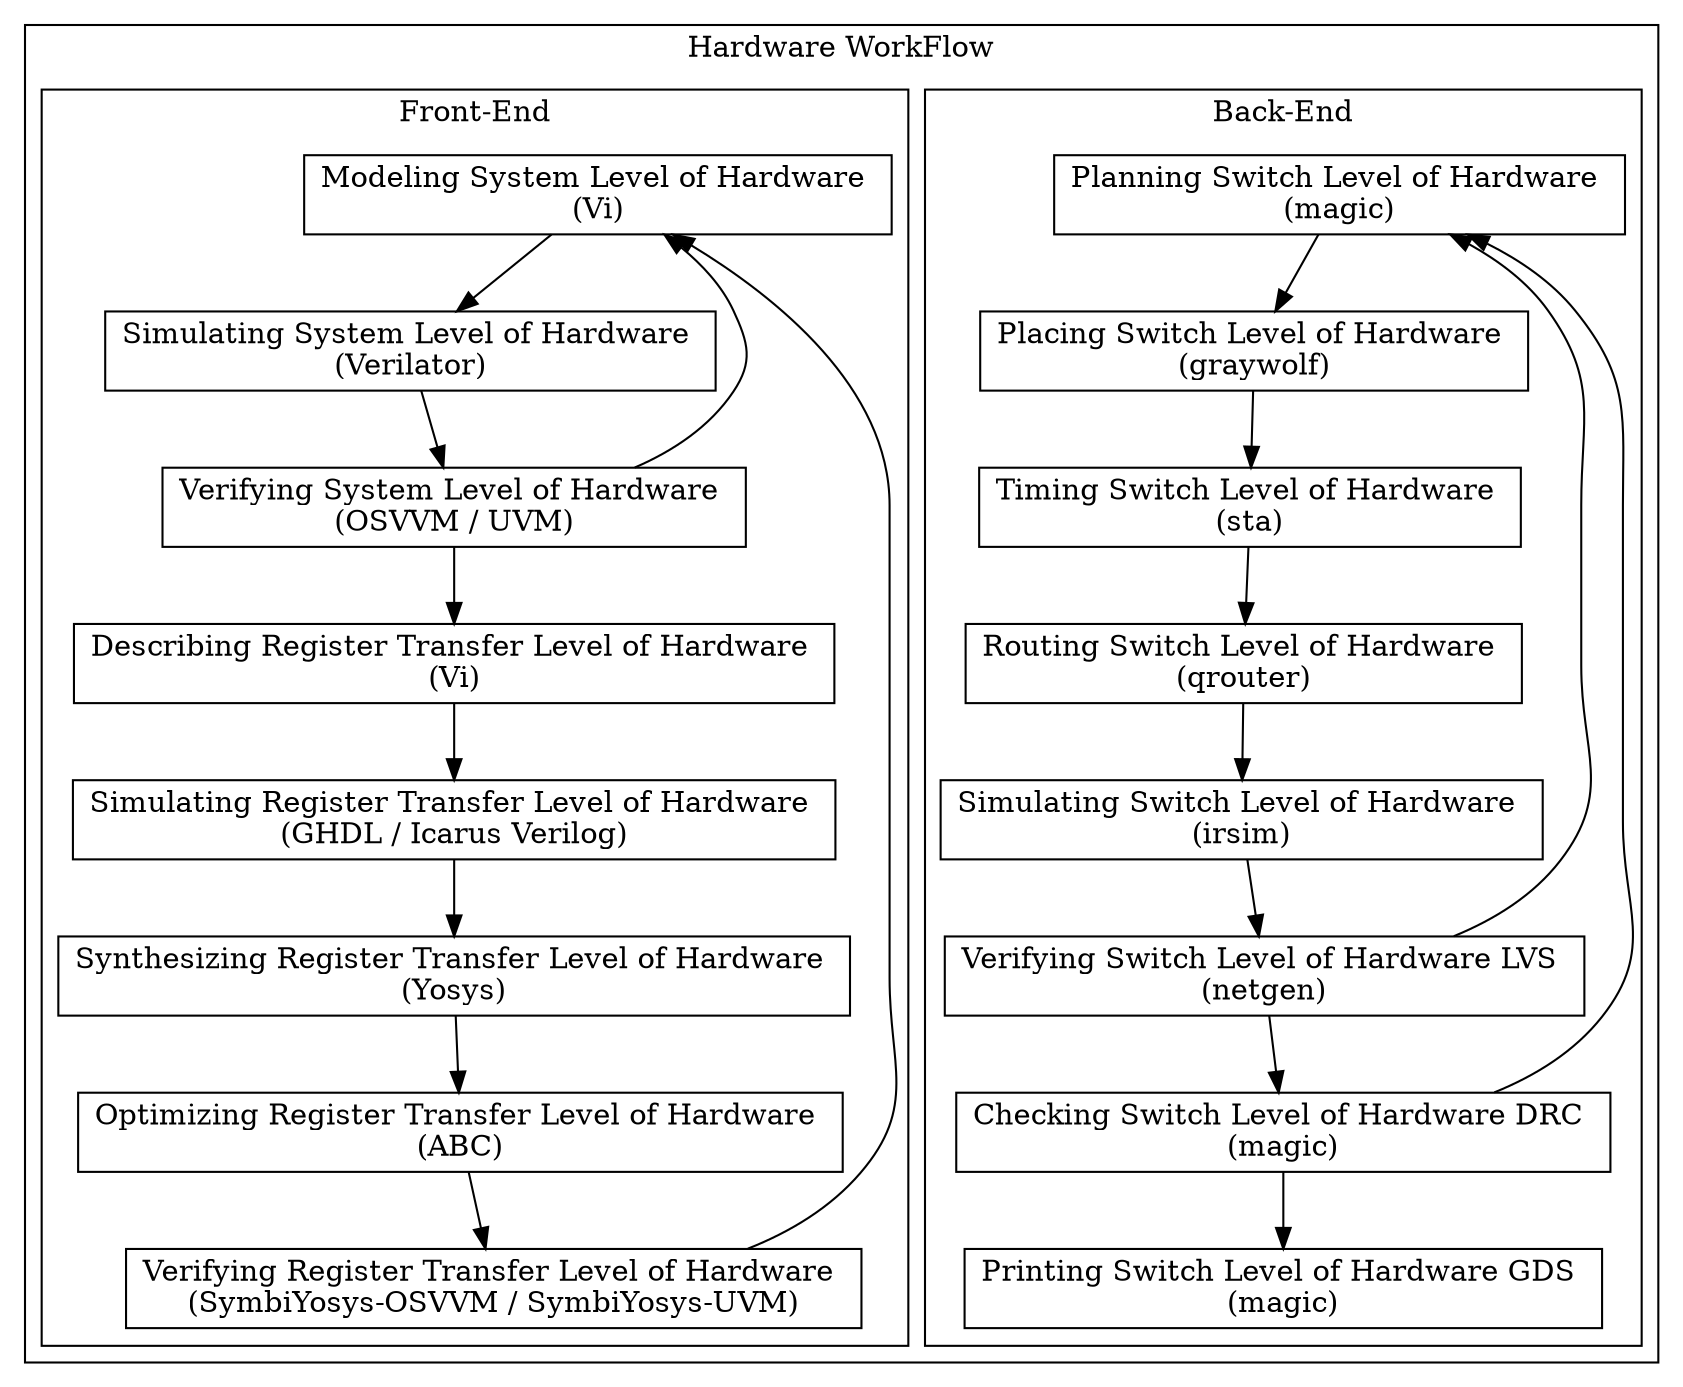
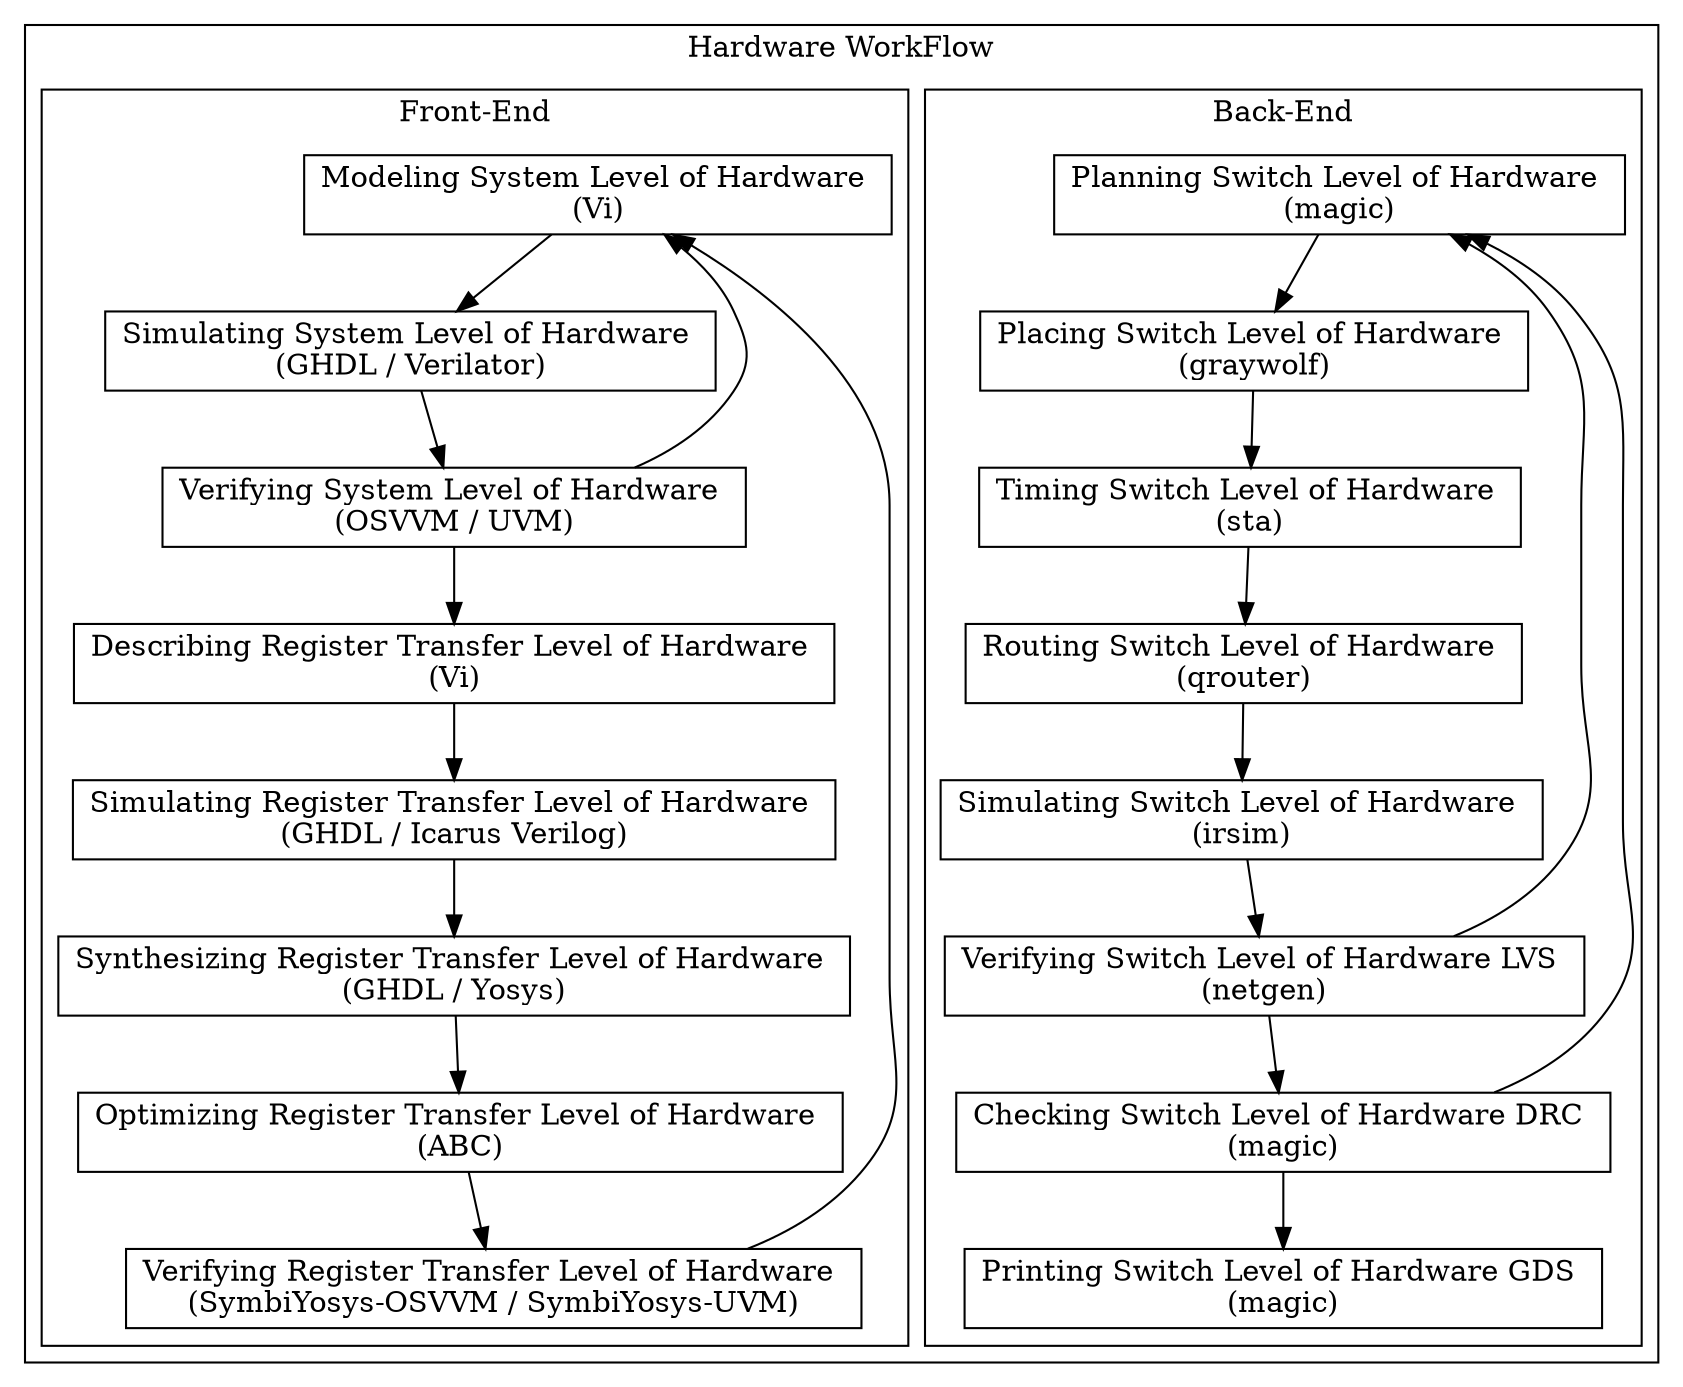
digraph Project {
  // Introduction
  node[shape=record];

  // Blocks
  subgraph "cluster HardwareWorkFlow" { label = "Hardware WorkFlow";
    subgraph "cluster BackEnd" { label = "Back-End";
      Planning_SLH[label="Planning Switch Level of Hardware \n(magic)"];
      Placing_SLH[label="Placing Switch Level of Hardware \n(graywolf)"];
      Timing_SLH[label="Timing Switch Level of Hardware \n(sta)"];
      Routing_SLH[label="Routing Switch Level of Hardware \n(qrouter)"];
      Simulating_WLH[label="Simulating Switch Level of Hardware \n(irsim)"];
      Verifying_LVS[label="Verifying Switch Level of Hardware LVS \n(netgen)"];
      Checking_DRC[label="Checking Switch Level of Hardware DRC \n(magic)"];
      Printing_GDS[label="Printing Switch Level of Hardware GDS \n(magic)"];
    }

    subgraph "cluster FrontEnd" { label = "Front-End";
      Modeling_SLH[label="Modeling System Level of Hardware \n(Vi)"];
-       Simulating_SLH[label="Simulating System Level of Hardware \n(Verilator)"];
+       Simulating_SLH[label="Simulating System Level of Hardware \n(GHDL / Verilator)"];
      Verifying_SLH[label="Verifying System Level of Hardware \n(OSVVM / UVM)"];
      Describing_RTL[label="Describing Register Transfer Level of Hardware \n(Vi)"];
      Simulating_RTL[label="Simulating Register Transfer Level of Hardware \n(GHDL / Icarus Verilog)"];
-       Synthesizing_RTL[label="Synthesizing Register Transfer Level of Hardware \n(Yosys)"];
+       Synthesizing_RTL[label="Synthesizing Register Transfer Level of Hardware \n(GHDL / Yosys)"];
      Optimizing_RTL[label="Optimizing Register Transfer Level of Hardware \n(ABC)"];
      Verifying_RTL[label="Verifying Register Transfer Level of Hardware \n(SymbiYosys-OSVVM / SymbiYosys-UVM)"];
    }
  }

  // Sequence
  Planning_SLH -> Placing_SLH;
  Placing_SLH -> Timing_SLH;
  Timing_SLH -> Routing_SLH;
  Routing_SLH -> Simulating_WLH;
  Simulating_WLH -> Verifying_LVS;
  Verifying_LVS -> Checking_DRC;
  Checking_DRC -> Printing_GDS;

  Modeling_SLH -> Simulating_SLH;
  Simulating_SLH -> Verifying_SLH;
  Verifying_SLH -> Describing_RTL;
  Describing_RTL -> Simulating_RTL;
  Simulating_RTL -> Synthesizing_RTL;
  Synthesizing_RTL -> Optimizing_RTL;
  Optimizing_RTL -> Verifying_RTL;

  // Feedback
  Verifying_LVS -> Planning_SLH;
  Checking_DRC -> Planning_SLH;

  Verifying_SLH -> Modeling_SLH;
  Verifying_RTL -> Modeling_SLH;
}
